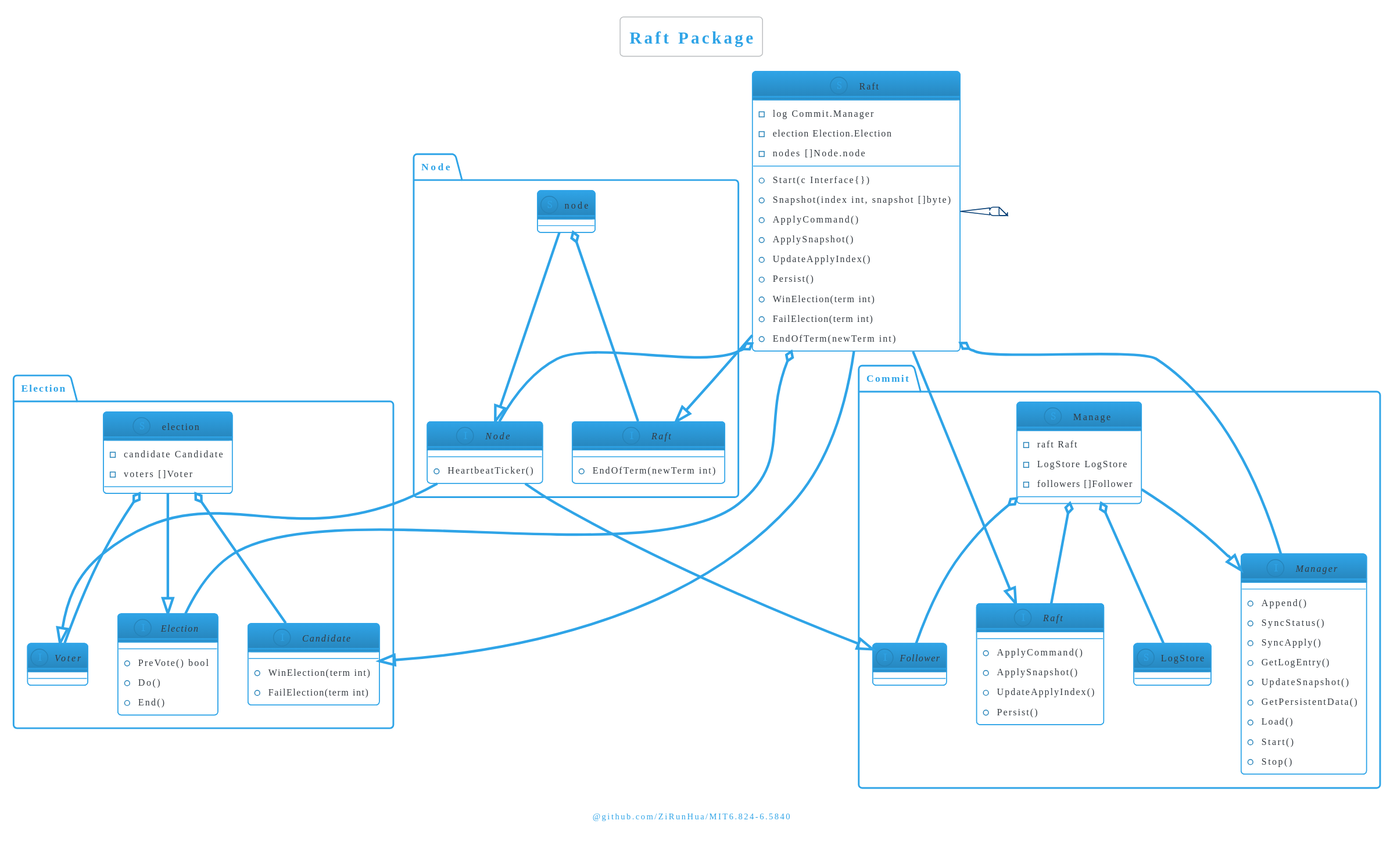
Above: docs/img/lab3/raft-uml.svg in ZiRunHua/MIT6.824-6.5840 (PlantUML), before the change.
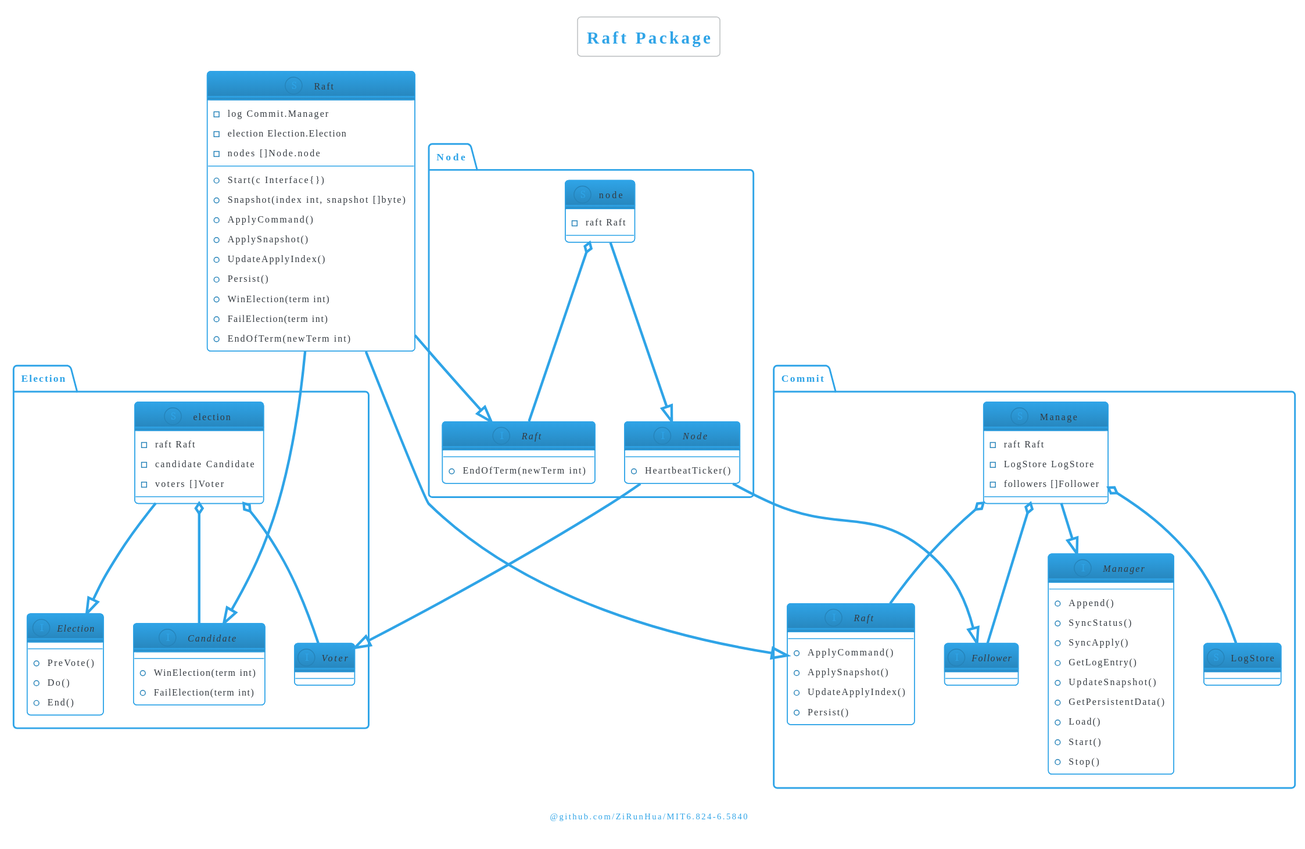
The same diagram one commit later.

Diff of the diagram source:
```diff
@@ -2,13 +2,15 @@
 title Raft Package
 !theme cerulean-outline
 footer @github.com/ZiRunHua/MIT6.824-6.5840
+
 Package Election{
 	Interface Election{
-		+ PreVote() bool
+		+ PreVote()
 		+ Do()
 		+ End()
 	}
 	Struct election {
+		- raft Raft
 		- candidate Candidate
 		- voters []Voter
 	}
@@ -57,13 +59,16 @@
 }
 
 Package Node{
+
+	Struct node {
+		- raft Raft
+	}
 	Interface Node{
 		+ HeartbeatTicker()
 	}
 	Interface Raft{
 		+ EndOfTerm(newTerm int)
 	}
-	Struct node
 	node --|> Node
 	node o-- Raft
 }
@@ -83,9 +88,6 @@
 	+ EndOfTerm(newTerm int)
 }
 
-Raft o-- Node.Node
-Raft o-- Election.Election
-Raft o-- Commit.Manager
 
 Raft --|> Election.Candidate
 Raft --|> Commit.Raft
@@ -93,9 +95,6 @@
 
 Node.Node --|> Election.Voter
 Node.Node --|> Commit.Follower
-note right of Raft
-
-end note
 @end
 
 title Raft Package
@@ -533,13 +532,15 @@
 
 
 footer @github.com/ZiRunHua/MIT6.824-6.5840
+
 Package Election{
 	Interface Election{
-		+ PreVote() bool
+		+ PreVote()
 		+ Do()
 		+ End()
 	}
 	Struct election {
+		- raft Raft
 		- candidate Candidate
 		- voters []Voter
 	}
@@ -588,13 +589,16 @@
 }
 
 Package Node{
+
+	Struct node {
+		- raft Raft
+	}
 	Interface Node{
 		+ HeartbeatTicker()
 	}
 	Interface Raft{
 		+ EndOfTerm(newTerm int)
 	}
-	Struct node
 	node --|> Node
 	node o-- Raft
 }
@@ -614,9 +618,6 @@
 	+ EndOfTerm(newTerm int)
 }
 
-Raft o-- Node.Node
-Raft o-- Election.Election
-Raft o-- Commit.Manager
 
 Raft --|> Election.Candidate
 Raft --|> Commit.Raft
@@ -624,9 +625,6 @@
 
 Node.Node --|> Election.Voter
 Node.Node --|> Commit.Follower
-note right of Raft
-
-end note
 @end
 
 PlantUML version 1.2024.3(Fri Feb 16 03:40:05 CST 2024)
```
